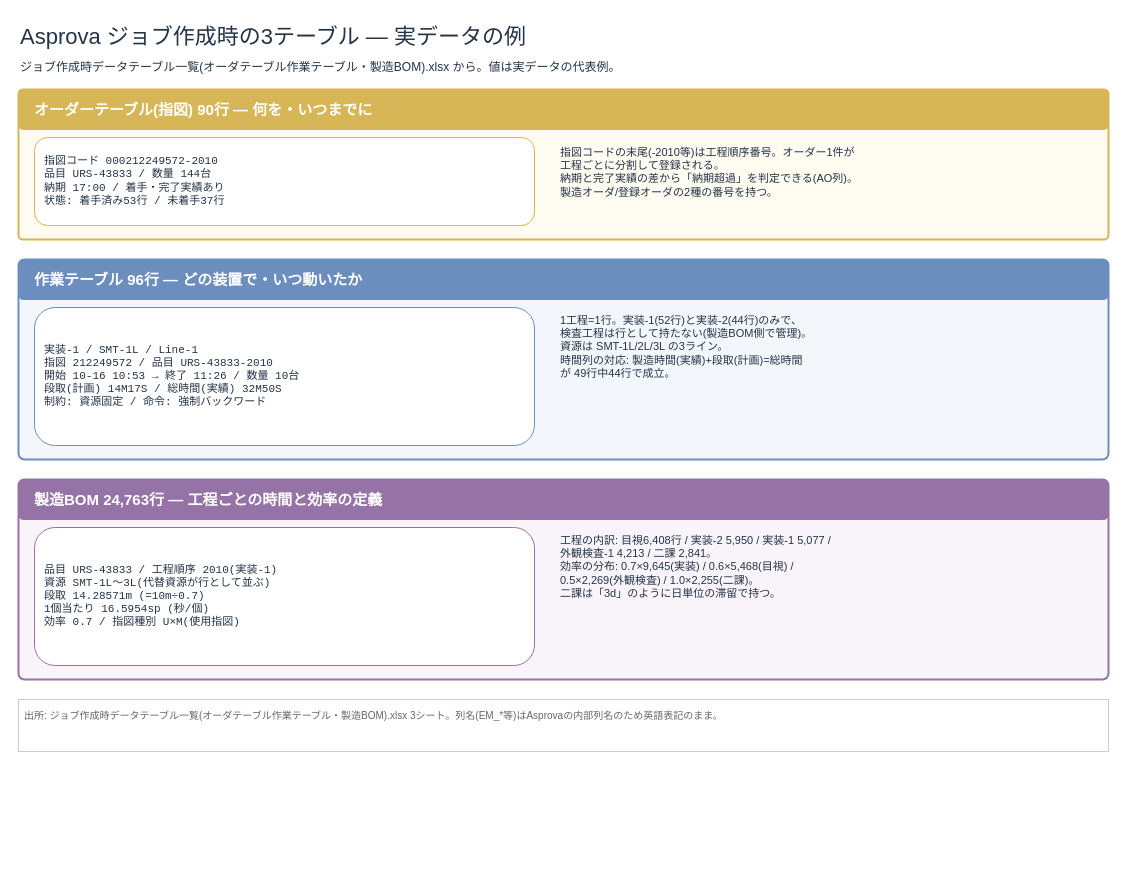
Before: page "6_Asprova3テーブル実例" (6 of 6) of 20261016_鹿島引き込みExcel分析/負荷計算の処理内容.drawio in nk-shino/work_vault, a draw.io diagram. Source tidied: cells renumbered, new cells numbered last; positions are measured from the earlier drawing's top-left corner, leaving out a move shared by most shapes. Both pictures are drawn from the tidied source at 100%, with x=0, y=0 at pixel (18, 17).
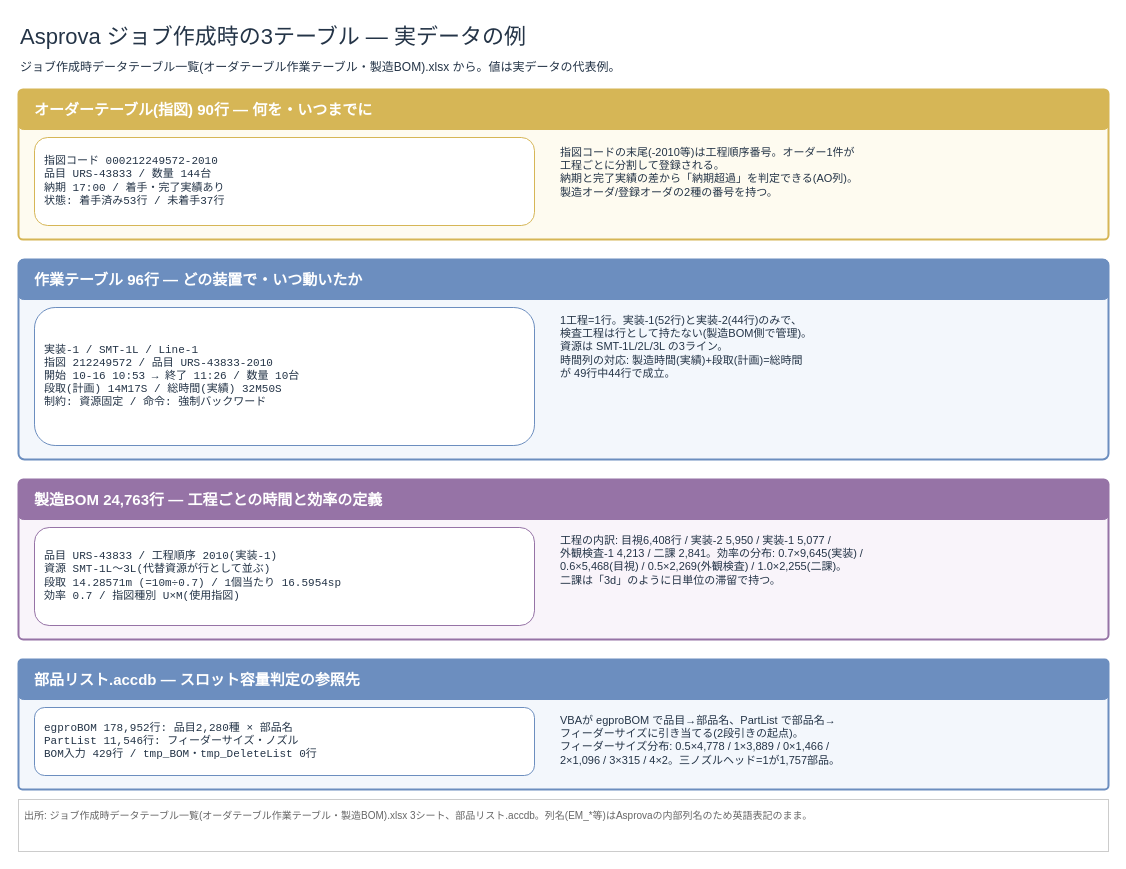
The same diagram, later.

Commit message (it also covers changes not shown here):
docs: 部品リスト.accdbの実データ構造を資料と図解に追加

What changed in the source:
```diff
@@
     <mxCell id="12" style="rounded=1;arcSize=3;whiteSpace=wrap;html=1;fillColor=#F9F4FA;strokeColor=#9673A6;strokeWidth=2;dashed=0;verticalAlign=top;" parent="1" vertex="1">
-      <mxGeometry y="462" width="1090" height="200" as="geometry" />
+      <mxGeometry y="462" width="1090" height="160" as="geometry" />
     </mxCell>
@@
-    <mxCell id="14" value="品目 URS-43833 / 工程順序 2010(実装-1)&lt;br&gt;資源 SMT-1L〜3L(代替資源が行として並ぶ)&lt;br&gt;段取 14.28571m (=10m÷0.7)&lt;br&gt;1個当たり 16.5954sp (秒/個)&lt;br&gt;効率 0.7 / 指図種別 U×M(使用指図)" style="rounded=1;whiteSpace=wrap;html=1;fillColor=#FFFFFF;strokeColor=#9673A6;fontColor=#243447;fontSize=11;fontFamily=Courier New;align=left;spacing=10;verticalAlign=middle;" parent="1" vertex="1">
-      <mxGeometry x="16" y="510" width="500" height="138" as="geometry" />
+    <mxCell id="14" value="品目 URS-43833 / 工程順序 2010(実装-1)&lt;br&gt;資源 SMT-1L〜3L(代替資源が行として並ぶ)&lt;br&gt;段取 14.28571m (=10m÷0.7) / 1個当たり 16.5954sp&lt;br&gt;効率 0.7 / 指図種別 U×M(使用指図)" style="rounded=1;whiteSpace=wrap;html=1;fillColor=#FFFFFF;strokeColor=#9673A6;fontColor=#243447;fontSize=11;fontFamily=Courier New;align=left;spacing=10;verticalAlign=middle;" parent="1" vertex="1">
+      <mxGeometry x="16" y="510" width="500" height="98" as="geometry" />
     </mxCell>
-    <mxCell id="15" value="工程の内訳: 目視6,408行 / 実装-2 5,950 / 実装-1 5,077 /&lt;br&gt;外観検査-1 4,213 / 二課 2,841。&lt;br&gt;効率の分布: 0.7×9,645(実装) / 0.6×5,468(目視) /&lt;br&gt;0.5×2,269(外観検査) / 1.0×2,255(二課)。&lt;br&gt;二課は「3d」のように日単位の滞留で持つ。" style="text;html=1;fontSize=11;fontColor=#243447;align=left;verticalAlign=top;whiteSpace=wrap;spacing=2;" parent="1" vertex="1">
-      <mxGeometry x="540" y="510" width="530" height="140" as="geometry" />
+    <mxCell id="15" value="工程の内訳: 目視6,408行 / 実装-2 5,950 / 実装-1 5,077 /&lt;br&gt;外観検査-1 4,213 / 二課 2,841。効率の分布: 0.7×9,645(実装) /&lt;br&gt;0.6×5,468(目視) / 0.5×2,269(外観検査) / 1.0×2,255(二課)。&lt;br&gt;二課は「3d」のように日単位の滞留で持つ。" style="text;html=1;fontSize=11;fontColor=#243447;align=left;verticalAlign=top;whiteSpace=wrap;spacing=2;" parent="1" vertex="1">
+      <mxGeometry x="540" y="510" width="530" height="100" as="geometry" />
     </mxCell>
+    <mxCell id="17" style="rounded=1;arcSize=3;whiteSpace=wrap;html=1;fillColor=#F3F7FC;strokeColor=#6C8EBF;strokeWidth=2;dashed=0;verticalAlign=top;" parent="1" vertex="1">
+      <mxGeometry y="642" width="1090" height="130" as="geometry" />
+    </mxCell>
+    <mxCell id="18" value="部品リスト.accdb — スロット容量判定の参照先" style="rounded=1;arcSize=12;whiteSpace=wrap;html=1;fillColor=#6C8EBF;strokeColor=#6C8EBF;fontColor=#FFFFFF;fontSize=15;fontStyle=1;align=left;spacingLeft=14;verticalAlign=middle;" parent="1" vertex="1">
+      <mxGeometry y="642" width="1090" height="40" as="geometry" />
+    </mxCell>
+    <mxCell id="19" value="egproBOM 178,952行: 品目2,280種 × 部品名&lt;br&gt;PartList 11,546行: フィーダーサイズ・ノズル&lt;br&gt;BOM入力 429行 / tmp_BOM・tmp_DeleteList 0行" style="rounded=1;whiteSpace=wrap;html=1;fillColor=#FFFFFF;strokeColor=#6C8EBF;fontColor=#243447;fontSize=11;fontFamily=Courier New;align=left;spacing=10;verticalAlign=middle;" parent="1" vertex="1">
+      <mxGeometry x="16" y="690" width="500" height="68" as="geometry" />
+    </mxCell>
+    <mxCell id="20" value="VBAが egproBOM で品目→部品名、PartList で部品名→&lt;br&gt;フィーダーサイズに引き当てる(2段引きの起点)。&lt;br&gt;フィーダーサイズ分布: 0.5×4,778 / 1×3,889 / 0×1,466 /&lt;br&gt;2×1,096 / 3×315 / 4×2。三ノズルヘッド=1が1,757部品。" style="text;html=1;fontSize=11;fontColor=#243447;align=left;verticalAlign=top;whiteSpace=wrap;spacing=2;" parent="1" vertex="1">
+      <mxGeometry x="540" y="690" width="530" height="70" as="geometry" />
+    </mxCell>
-    <mxCell id="16" value="出所: ジョブ作成時データテーブル一覧(オーダテーブル作業テーブル・製造BOM).xlsx 3シート。列名(EM_*等)はAsprovaの内部列名のため英語表記のまま。" style="rounded=0;whiteSpace=wrap;html=1;fillColor=#FFFFFF;strokeColor=#CCCCCC;fontColor=#666666;fontSize=10;align=left;spacing=6;verticalAlign=top;" parent="1" vertex="1">
-      <mxGeometry y="682" width="1090" height="52" as="geometry" />
+    <mxCell id="16" value="出所: ジョブ作成時データテーブル一覧(オーダテーブル作業テーブル・製造BOM).xlsx 3シート、部品リスト.accdb。列名(EM_*等)はAsprovaの内部列名のため英語表記のまま。" style="rounded=0;whiteSpace=wrap;html=1;fillColor=#FFFFFF;strokeColor=#CCCCCC;fontColor=#666666;fontSize=10;align=left;spacing=6;verticalAlign=top;" parent="1" vertex="1">
+      <mxGeometry y="782" width="1090" height="52" as="geometry" />
     </mxCell>
```
